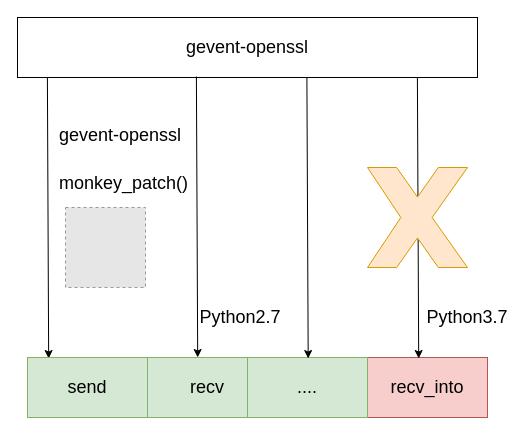
The draw.io diagram decks/grequests-https-talk/images/partial-monkey-patching-5.drawio in saurabh-hirani/slides, before the edit. Source tidied: cells renumbered, new cells numbered last; positions are measured from the earlier drawing's top-left corner, leaving out a move shared by most shapes. Both pictures are drawn from the tidied source at 100%, with x=0, y=0 at pixel (17, 17). Pictures stored in the file or linked from it are replaced by grey dashed boxes.
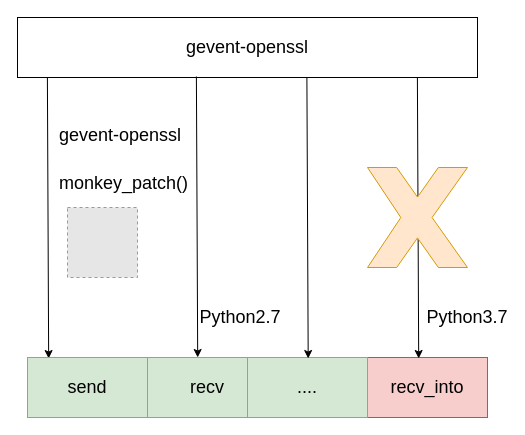
The same page after the edit.

What changed in the source:
```diff
@@
-    <mxCell id="5" style="fillColor=#E6E6E6;strokeColor=#999999;dashed=1;verticalLabelPosition=bottom;labelBackgroundColor=#ffffff;verticalAlign=top;" parent="1" vertex="1">
-      <mxGeometry x="48" y="190" width="80" height="80" as="geometry" />
-    </mxCell>
@@
+    <mxCell id="18" style="fillColor=#E6E6E6;strokeColor=#999999;dashed=1;verticalLabelPosition=bottom;labelBackgroundColor=#ffffff;verticalAlign=top;" parent="1" vertex="1">
+      <mxGeometry x="50" y="190" width="70" height="70" as="geometry" />
+    </mxCell>
```
